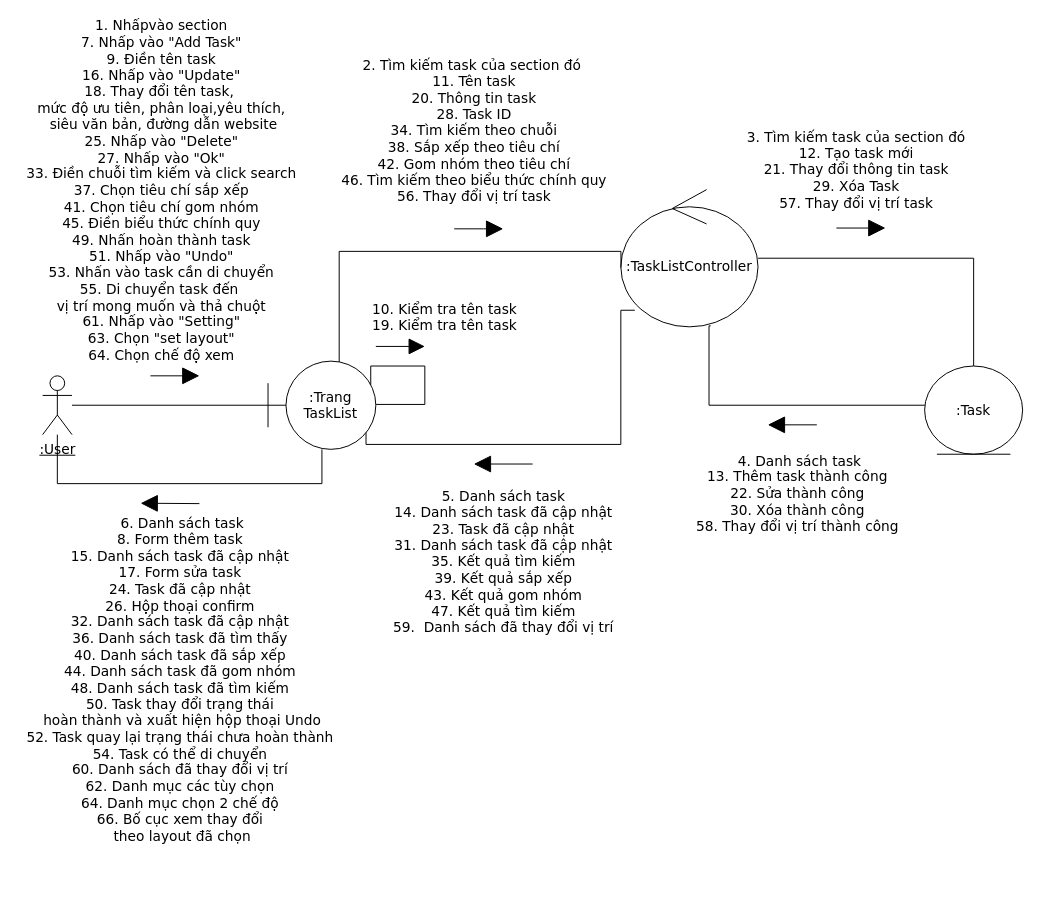
Merevoli-DatLuu/To-Do-App keeps this draw.io diagram as ToDoApp-Doc/Document/Diagram/Collaboration Diagram/ManagementTask/ManagementTask Collaboration Diagram.drawio. Above is the earlier version. Source tidied: cells renumbered, new cells numbered last; positions are measured from the earlier drawing's top-left corner, leaving out a move shared by most shapes. Both pictures are drawn from the tidied source at 98%, with x=0, y=0 at pixel (42, 189).
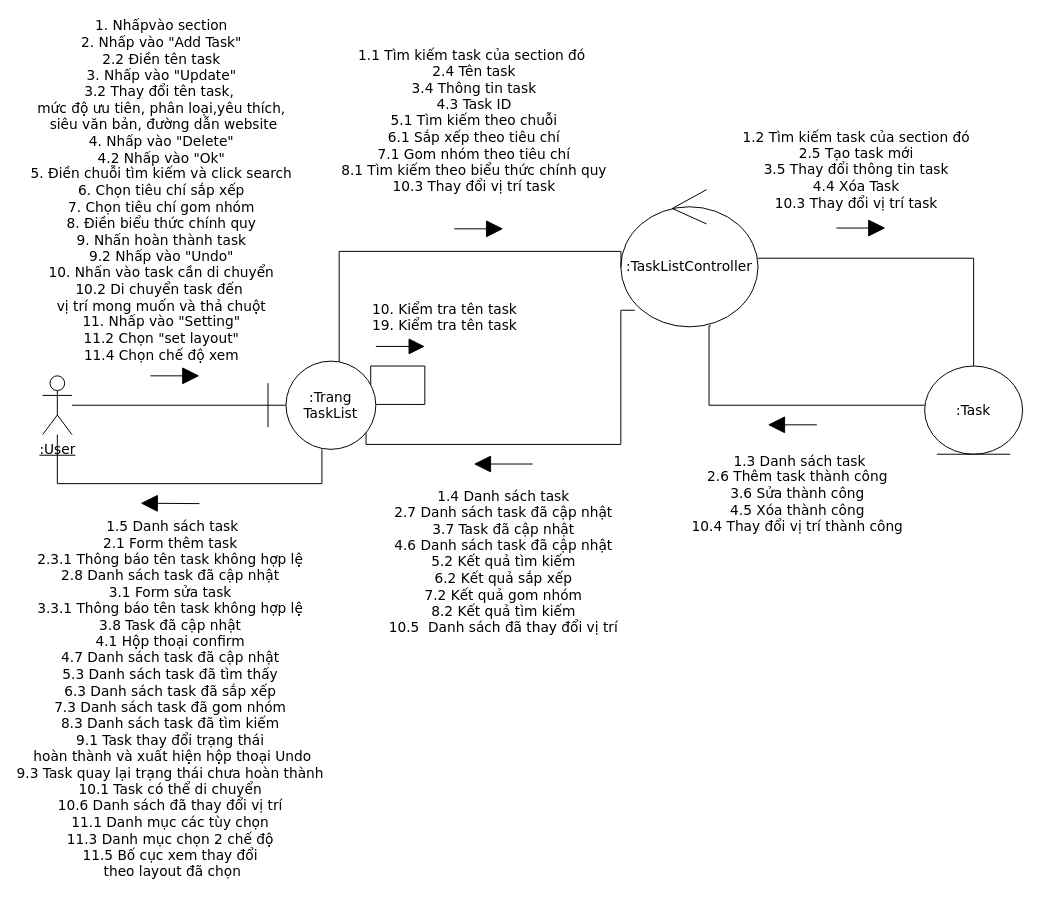
The same diagram, later.

Commit message (it also covers changes not shown here):
[Document, Modified] : Management Collaboration Diagram

The change refers to these unchanged cells:
```xml
<mxCell id="12" style="endArrow=block;html=1;fontSize=14;endFill=1;endSize=15;fontFamily=Verdana;" parent="1" edge="1">
  <mxGeometry relative="1" as="geometry">
    <mxPoint x="110" y="190" as="sourcePoint" />
    <mxPoint x="160" y="190" as="targetPoint" />
  </mxGeometry>
</mxCell>
<mxCell id="18" style="endArrow=block;html=1;fontSize=14;endFill=1;endSize=15;fontFamily=Verdana;" parent="1" edge="1">
  <mxGeometry relative="1" as="geometry">
    <mxPoint x="160" y="320.4" as="sourcePoint" />
    <mxPoint x="100" y="320" as="targetPoint" />
  </mxGeometry>
</mxCell>
```

Diff of the diagram source:
```diff
@@
-    <mxCell id="13" value="&lt;font style=&quot;font-size: 14px&quot;&gt;&lt;font style=&quot;font-size: 14px&quot;&gt;&lt;font style=&quot;font-size: 14px&quot;&gt;&lt;span style=&quot;font-size: 14px&quot;&gt;1. Nhấpvào&amp;nbsp;section&lt;br style=&quot;font-size: 14px&quot;&gt;&lt;/span&gt;&lt;span style=&quot;font-size: 14px&quot;&gt;7. Nhấp vào &quot;Add Task&quot;&lt;br style=&quot;font-size: 14px&quot;&gt;&lt;/span&gt;&lt;span style=&quot;font-size: 14px&quot;&gt;9. Điền tên task&lt;br style=&quot;font-size: 14px&quot;&gt;16. Nhấp vào &quot;Update&quot;&lt;br style=&quot;font-size: 14px&quot;&gt;&lt;/span&gt;&lt;font style=&quot;font-size: 14px&quot;&gt;&lt;span style=&quot;font-size: 14px&quot;&gt;18. Thay đổi tên task,&amp;nbsp;&lt;/span&gt;&lt;br style=&quot;font-size: 14px&quot;&gt;&lt;span style=&quot;font-size: 14px&quot;&gt;mức độ ưu tiên, phân loại&lt;/span&gt;&lt;span style=&quot;font-size: 14px&quot;&gt;,yêu thích,&lt;br style=&quot;font-size: 14px&quot;&gt;&amp;nbsp;siêu văn bản,&amp;nbsp;&lt;/span&gt;&lt;span style=&quot;font-size: 14px&quot;&gt;đường dẫn website&lt;br style=&quot;font-size: 14px&quot;&gt;&lt;/span&gt;&lt;/font&gt;&lt;span style=&quot;font-size: 14px&quot;&gt;25. Nhấp vào &quot;Delete&quot;&lt;br style=&quot;font-size: 14px&quot;&gt;27. Nhấp vào &quot;Ok&quot;&lt;br style=&quot;font-size: 14px&quot;&gt;&lt;/span&gt;&lt;font style=&quot;font-size: 14px&quot;&gt;&lt;span style=&quot;font-size: 14px&quot;&gt;33. Điền chuỗi tìm kiếm&amp;nbsp;&lt;/span&gt;&lt;span style=&quot;font-size: 14px&quot;&gt;và click search&lt;br style=&quot;font-size: 14px&quot;&gt;&lt;/span&gt;&lt;/font&gt;&lt;span style=&quot;font-size: 14px&quot;&gt;37. Chọn tiêu chí sắp xếp&lt;/span&gt;&lt;br style=&quot;font-size: 14px&quot;&gt;&lt;span style=&quot;font-size: 14px&quot;&gt;41. Chọn tiêu chí gom nhóm&lt;/span&gt;&lt;br style=&quot;font-size: 14px&quot;&gt;&lt;span style=&quot;font-size: 14px&quot;&gt;45. Điền biểu thức chính quy&lt;br style=&quot;font-size: 14px&quot;&gt;&lt;/span&gt;&lt;span style=&quot;font-size: 14px&quot;&gt;49. Nhấn hoàn thành task&lt;br style=&quot;font-size: 14px&quot;&gt;&lt;/span&gt;&lt;/font&gt;&lt;span style=&quot;font-size: 14px&quot;&gt;51. Nhấp vào &quot;Undo&quot;&lt;br style=&quot;font-size: 14px&quot;&gt;&lt;/span&gt;&lt;span style=&quot;font-size: 14px&quot;&gt;53. Nhấn vào task cần di chuyển&lt;br style=&quot;font-size: 14px&quot;&gt;&lt;/span&gt;&lt;span style=&quot;font-size: 14px&quot;&gt;55. Di chuyển task đến&amp;nbsp;&lt;/span&gt;&lt;br style=&quot;font-size: 14px&quot;&gt;&lt;span style=&quot;font-size: 14px&quot;&gt;vị trí mong muốn và thả chuột&lt;br style=&quot;font-size: 14px&quot;&gt;&lt;/span&gt;&lt;/font&gt;&lt;span style=&quot;font-size: 14px&quot;&gt;61. Nhấp vào &quot;Setting&quot;&lt;br style=&quot;font-size: 14px&quot;&gt;&lt;/span&gt;&lt;span style=&quot;font-size: 14px&quot;&gt;63. Chọn &quot;set layout&quot;&lt;br style=&quot;font-size: 14px&quot;&gt;&lt;/span&gt;&lt;span style=&quot;font-size: 14px&quot;&gt;64. Chọn chế độ xem&lt;/span&gt;&lt;/font&gt;&lt;span style=&quot;font-size: 14px&quot;&gt;&lt;br style=&quot;font-size: 14px&quot;&gt;&lt;/span&gt;" style="edgeLabel;html=1;align=center;verticalAlign=middle;fontSize=14;fontFamily=Verdana;" parent="12" vertex="1">
+    <mxCell id="13" value="&lt;font style=&quot;font-size: 14px&quot;&gt;&lt;font style=&quot;font-size: 14px&quot;&gt;&lt;font style=&quot;font-size: 14px&quot;&gt;&lt;span style=&quot;font-size: 14px&quot;&gt;1. Nhấpvào&amp;nbsp;section&lt;br style=&quot;font-size: 14px&quot;&gt;&lt;/span&gt;&lt;span style=&quot;font-size: 14px&quot;&gt;2. Nhấp vào &quot;Add Task&quot;&lt;br style=&quot;font-size: 14px&quot;&gt;&lt;/span&gt;&lt;span style=&quot;font-size: 14px&quot;&gt;2.2 Điền tên task&lt;br style=&quot;font-size: 14px&quot;&gt;3. Nhấp vào &quot;Update&quot;&lt;br style=&quot;font-size: 14px&quot;&gt;&lt;/span&gt;&lt;font style=&quot;font-size: 14px&quot;&gt;&lt;span style=&quot;font-size: 14px&quot;&gt;3.2 Thay đổi tên task,&amp;nbsp;&lt;/span&gt;&lt;br style=&quot;font-size: 14px&quot;&gt;&lt;span style=&quot;font-size: 14px&quot;&gt;mức độ ưu tiên, phân loại&lt;/span&gt;&lt;span style=&quot;font-size: 14px&quot;&gt;,yêu thích,&lt;br style=&quot;font-size: 14px&quot;&gt;&amp;nbsp;siêu văn bản,&amp;nbsp;&lt;/span&gt;&lt;span style=&quot;font-size: 14px&quot;&gt;đường dẫn website&lt;br style=&quot;font-size: 14px&quot;&gt;&lt;/span&gt;&lt;/font&gt;&lt;span style=&quot;font-size: 14px&quot;&gt;4. Nhấp vào &quot;Delete&quot;&lt;br style=&quot;font-size: 14px&quot;&gt;4.2 Nhấp vào &quot;Ok&quot;&lt;br style=&quot;font-size: 14px&quot;&gt;&lt;/span&gt;&lt;font style=&quot;font-size: 14px&quot;&gt;&lt;span style=&quot;font-size: 14px&quot;&gt;5. Điền chuỗi tìm kiếm&amp;nbsp;&lt;/span&gt;&lt;span style=&quot;font-size: 14px&quot;&gt;và click search&lt;br style=&quot;font-size: 14px&quot;&gt;&lt;/span&gt;&lt;/font&gt;&lt;span style=&quot;font-size: 14px&quot;&gt;6. Chọn tiêu chí sắp xếp&lt;/span&gt;&lt;br style=&quot;font-size: 14px&quot;&gt;&lt;span style=&quot;font-size: 14px&quot;&gt;7. Chọn tiêu chí gom nhóm&lt;/span&gt;&lt;br style=&quot;font-size: 14px&quot;&gt;&lt;span style=&quot;font-size: 14px&quot;&gt;8. Điền biểu thức chính quy&lt;br style=&quot;font-size: 14px&quot;&gt;&lt;/span&gt;&lt;span style=&quot;font-size: 14px&quot;&gt;9. Nhấn hoàn thành task&lt;br style=&quot;font-size: 14px&quot;&gt;&lt;/span&gt;&lt;/font&gt;&lt;span style=&quot;font-size: 14px&quot;&gt;9.2 Nhấp vào &quot;Undo&quot;&lt;br style=&quot;font-size: 14px&quot;&gt;&lt;/span&gt;&lt;span style=&quot;font-size: 14px&quot;&gt;10. Nhấn vào task cần di chuyển&lt;br style=&quot;font-size: 14px&quot;&gt;&lt;/span&gt;&lt;span style=&quot;font-size: 14px&quot;&gt;10.2 Di chuyển task đến&amp;nbsp;&lt;/span&gt;&lt;br style=&quot;font-size: 14px&quot;&gt;&lt;span style=&quot;font-size: 14px&quot;&gt;vị trí mong muốn và thả chuột&lt;br style=&quot;font-size: 14px&quot;&gt;&lt;/span&gt;&lt;/font&gt;&lt;span style=&quot;font-size: 14px&quot;&gt;11. Nhấp vào &quot;Setting&quot;&lt;br style=&quot;font-size: 14px&quot;&gt;&lt;/span&gt;&lt;span style=&quot;font-size: 14px&quot;&gt;11.2 Chọn &quot;set layout&quot;&lt;br style=&quot;font-size: 14px&quot;&gt;&lt;/span&gt;&lt;span style=&quot;font-size: 14px&quot;&gt;11.4 Chọn chế độ xem&lt;/span&gt;&lt;/font&gt;&lt;span style=&quot;font-size: 14px&quot;&gt;&lt;br style=&quot;font-size: 14px&quot;&gt;&lt;/span&gt;" style="edgeLabel;html=1;align=center;verticalAlign=middle;fontSize=14;fontFamily=Verdana;" parent="12" vertex="1">
       <mxGeometry x="-0.42" y="-1" relative="1" as="geometry">
         <mxPoint x="-5" y="-191" as="offset" />
       </mxGeometry>
     </mxCell>
-    <mxCell id="14" value="&lt;font style=&quot;font-size: 14px&quot;&gt;&lt;span style=&quot;font-size: 14px&quot;&gt;3. Tìm kiếm task của&amp;nbsp;&lt;/span&gt;&lt;span style=&quot;font-size: 14px&quot;&gt;section đó&lt;br style=&quot;font-size: 14px&quot;&gt;12. Tạo task mới&lt;br style=&quot;font-size: 14px&quot;&gt;21. Thay đổi thông tin task&lt;br style=&quot;font-size: 14px&quot;&gt;29. Xóa Task&lt;br style=&quot;font-size: 14px&quot;&gt;&lt;/span&gt;&lt;span style=&quot;font-size: 14px&quot;&gt;57. Thay đổi vị trí task&lt;/span&gt;&lt;/font&gt;&lt;span style=&quot;font-size: 14px&quot;&gt;&lt;br style=&quot;font-size: 14px&quot;&gt;&lt;/span&gt;" style="endArrow=block;html=1;fontSize=14;endFill=1;endSize=15;fontFamily=Verdana;" parent="1" edge="1">
+    <mxCell id="14" value="&lt;font style=&quot;font-size: 14px&quot;&gt;&lt;span style=&quot;font-size: 14px&quot;&gt;1.2 Tìm kiếm task của&amp;nbsp;&lt;/span&gt;&lt;span style=&quot;font-size: 14px&quot;&gt;section đó&lt;br style=&quot;font-size: 14px&quot;&gt;2.5 Tạo task mới&lt;br style=&quot;font-size: 14px&quot;&gt;3.5 Thay đổi thông tin task&lt;br style=&quot;font-size: 14px&quot;&gt;4.4 Xóa Task&lt;br style=&quot;font-size: 14px&quot;&gt;&lt;/span&gt;&lt;span style=&quot;font-size: 14px&quot;&gt;10.3 Thay đổi vị trí task&lt;/span&gt;&lt;/font&gt;&lt;span style=&quot;font-size: 14px&quot;&gt;&lt;br style=&quot;font-size: 14px&quot;&gt;&lt;/span&gt;" style="endArrow=block;html=1;fontSize=14;endFill=1;endSize=15;fontFamily=Verdana;" parent="1" edge="1">
       <mxGeometry x="-0.2" y="59" relative="1" as="geometry">
         <mxPoint x="810" y="39.2" as="sourcePoint" />
         <mxPoint x="860" y="39.2" as="targetPoint" />
       </mxGeometry>
     </mxCell>
-    <mxCell id="15" value="&lt;div style=&quot;font-size: 14px&quot;&gt;&lt;span style=&quot;font-size: 14px&quot;&gt;&lt;font style=&quot;font-size: 14px&quot;&gt;2. Tìm kiếm task của&amp;nbsp;&lt;/font&gt;&lt;/span&gt;&lt;span style=&quot;font-size: 14px&quot;&gt;section đó&amp;nbsp;&lt;/span&gt;&lt;/div&gt;&lt;span style=&quot;font-size: 14px&quot;&gt;&lt;div style=&quot;font-size: 14px&quot;&gt;&lt;font style=&quot;font-size: 14px&quot;&gt;11. Tên task&lt;/font&gt;&lt;/div&gt;&lt;div style=&quot;font-size: 14px&quot;&gt;&lt;font style=&quot;font-size: 14px&quot;&gt;20. Thông tin task&lt;/font&gt;&lt;/div&gt;&lt;div style=&quot;font-size: 14px&quot;&gt;&lt;font style=&quot;font-size: 14px&quot;&gt;28. Task ID&lt;/font&gt;&lt;/div&gt;&lt;div style=&quot;font-size: 14px&quot;&gt;&lt;font style=&quot;font-size: 14px&quot;&gt;&lt;span style=&quot;font-size: 14px&quot;&gt;&lt;font style=&quot;font-size: 14px&quot;&gt;34. Tìm kiếm theo chuỗi&lt;/font&gt;&lt;/span&gt;&lt;br style=&quot;font-size: 14px&quot;&gt;&lt;/font&gt;&lt;/div&gt;&lt;div style=&quot;font-size: 14px&quot;&gt;&lt;font style=&quot;font-size: 14px&quot;&gt;&lt;span style=&quot;font-size: 14px&quot;&gt;38. Sắp xếp theo tiêu chí&lt;/span&gt;&lt;br style=&quot;font-size: 14px&quot;&gt;&lt;span style=&quot;font-size: 14px&quot;&gt;42. Gom nhóm theo tiêu chí&lt;/span&gt;&lt;br style=&quot;font-size: 14px&quot;&gt;&lt;span style=&quot;font-size: 14px&quot;&gt;46. Tìm kiếm theo biểu thức chính quy&lt;/span&gt;&lt;span style=&quot;font-size: 14px&quot;&gt;&lt;font style=&quot;font-size: 14px&quot;&gt;&lt;br style=&quot;font-size: 14px&quot;&gt;&lt;/font&gt;&lt;/span&gt;&lt;/font&gt;&lt;/div&gt;&lt;div style=&quot;font-size: 14px&quot;&gt;&lt;span style=&quot;font-size: 14px&quot;&gt;&lt;font style=&quot;font-size: 14px&quot;&gt;56. Thay đổi vị trí task&lt;/font&gt;&lt;/span&gt;&lt;span style=&quot;font-size: 14px&quot;&gt;&lt;br style=&quot;font-size: 14px&quot;&gt;&lt;/span&gt;&lt;/div&gt;&lt;/span&gt;" style="endArrow=block;html=1;fontSize=14;align=center;endFill=1;endSize=15;fontFamily=Verdana;" parent="1" edge="1">
-      <mxGeometry x="-0.2" y="100" relative="1" as="geometry">
+    <mxCell id="15" value="&lt;div style=&quot;font-size: 14px&quot;&gt;&lt;span style=&quot;font-size: 14px&quot;&gt;&lt;font style=&quot;font-size: 14px&quot;&gt;1.1 Tìm kiếm task của&amp;nbsp;&lt;/font&gt;&lt;/span&gt;&lt;span style=&quot;font-size: 14px&quot;&gt;section đó&amp;nbsp;&lt;/span&gt;&lt;/div&gt;&lt;span style=&quot;font-size: 14px&quot;&gt;&lt;div style=&quot;font-size: 14px&quot;&gt;&lt;font style=&quot;font-size: 14px&quot;&gt;2.4 Tên task&lt;/font&gt;&lt;/div&gt;&lt;div style=&quot;font-size: 14px&quot;&gt;&lt;font style=&quot;font-size: 14px&quot;&gt;3.4 Thông tin task&lt;/font&gt;&lt;/div&gt;&lt;div style=&quot;font-size: 14px&quot;&gt;&lt;font style=&quot;font-size: 14px&quot;&gt;4.3 Task ID&lt;/font&gt;&lt;/div&gt;&lt;div style=&quot;font-size: 14px&quot;&gt;&lt;font style=&quot;font-size: 14px&quot;&gt;&lt;span style=&quot;font-size: 14px&quot;&gt;&lt;font style=&quot;font-size: 14px&quot;&gt;5.1 Tìm kiếm theo chuỗi&lt;/font&gt;&lt;/span&gt;&lt;br style=&quot;font-size: 14px&quot;&gt;&lt;/font&gt;&lt;/div&gt;&lt;div style=&quot;font-size: 14px&quot;&gt;&lt;font style=&quot;font-size: 14px&quot;&gt;&lt;span style=&quot;font-size: 14px&quot;&gt;6.1 Sắp xếp theo tiêu chí&lt;/span&gt;&lt;br style=&quot;font-size: 14px&quot;&gt;&lt;span style=&quot;font-size: 14px&quot;&gt;7.1 Gom nhóm theo tiêu chí&lt;/span&gt;&lt;br style=&quot;font-size: 14px&quot;&gt;&lt;span style=&quot;font-size: 14px&quot;&gt;8.1 Tìm kiếm theo biểu thức chính quy&lt;/span&gt;&lt;/font&gt;&lt;/div&gt;&lt;div style=&quot;font-size: 14px&quot;&gt;10.3 Thay đổi vị trí task&lt;/div&gt;&lt;/span&gt;" style="endArrow=block;html=1;fontSize=14;align=center;endFill=1;endSize=15;fontFamily=Verdana;" parent="1" edge="1">
+      <mxGeometry x="-0.2" y="110" relative="1" as="geometry">
         <mxPoint x="420" y="40" as="sourcePoint" />
         <mxPoint x="470" y="40" as="targetPoint" />
         <Array as="points">
           <mxPoint x="460" y="40" />
         </Array>
       </mxGeometry>
     </mxCell>
-    <mxCell id="16" value="&lt;span style=&quot;font-size: 14px&quot;&gt;&amp;nbsp;4. Danh sách task&lt;br style=&quot;font-size: 14px&quot;&gt;&lt;/span&gt;&lt;span style=&quot;font-size: 14px&quot;&gt;13. Thêm task thành công&lt;br&gt;&lt;/span&gt;&lt;span style=&quot;font-size: 14px&quot;&gt;22. Sửa thành công&lt;br&gt;30. Xóa thành công&lt;br&gt;58. Thay đổi vị trí thành công&lt;br style=&quot;font-size: 14px&quot;&gt;&lt;/span&gt;" style="endArrow=block;html=1;fontSize=14;endFill=1;endSize=15;fontFamily=Verdana;" parent="1" edge="1">
+    <mxCell id="16" value="&lt;span style=&quot;font-size: 14px&quot;&gt;&amp;nbsp;1.3 Danh sách task&lt;br style=&quot;font-size: 14px&quot;&gt;&lt;/span&gt;&lt;span style=&quot;font-size: 14px&quot;&gt;2.6 Thêm task thành công&lt;br&gt;&lt;/span&gt;&lt;span style=&quot;font-size: 14px&quot;&gt;3.6 Sửa thành công&lt;br&gt;4.5 Xóa thành công&lt;br&gt;10.4 Thay đổi vị trí thành công&lt;br style=&quot;font-size: 14px&quot;&gt;&lt;/span&gt;" style="endArrow=block;html=1;fontSize=14;endFill=1;endSize=15;fontFamily=Verdana;" parent="1" edge="1">
       <mxGeometry x="-0.2" y="70" relative="1" as="geometry">
         <mxPoint x="790" y="240" as="sourcePoint" />
         <mxPoint x="740" y="240" as="targetPoint" />
       </mxGeometry>
     </mxCell>
-    <mxCell id="17" value="&lt;font style=&quot;font-size: 14px&quot;&gt;&lt;span style=&quot;font-size: 14px&quot;&gt;&lt;font style=&quot;font-size: 14px&quot;&gt;5. Danh sách task&lt;br&gt;14. Danh sách task đã cập nhật&lt;br style=&quot;font-size: 14px&quot;&gt;&lt;/font&gt;&lt;/span&gt;&lt;span style=&quot;font-size: 14px&quot;&gt;23. Task đã cập nhật&lt;br&gt;31. Danh sách task đã cập nhật&lt;br&gt;35. Kết quả tìm kiếm&lt;br style=&quot;font-size: 14px&quot;&gt;&lt;/span&gt;&lt;/font&gt;&lt;span style=&quot;font-size: 14px&quot;&gt;39. Kết quả sắp xếp&lt;/span&gt;&lt;br style=&quot;font-size: 14px&quot;&gt;&lt;span style=&quot;font-size: 14px&quot;&gt;43. Kết quả gom nhóm&lt;/span&gt;&lt;br style=&quot;font-size: 14px&quot;&gt;&lt;span style=&quot;font-size: 14px&quot;&gt;47. Kết quả tìm kiếm&lt;br&gt;&lt;/span&gt;&lt;span style=&quot;font-size: 14px&quot;&gt;&lt;font style=&quot;font-size: 14px&quot;&gt;59.&amp;nbsp;&lt;/font&gt;&lt;/span&gt;&amp;nbsp;Danh sách đã thay đổi vị trí&lt;span style=&quot;font-size: 14px&quot;&gt;&lt;font style=&quot;font-size: 14px&quot;&gt;&lt;br style=&quot;font-size: 14px&quot;&gt;&lt;/font&gt;&lt;/span&gt;" style="endArrow=block;html=1;fontSize=14;endFill=1;jumpSize=7;sourcePerimeterSpacing=2;endSize=15;fontFamily=Verdana;" parent="1" edge="1">
+    <mxCell id="17" value="&lt;font style=&quot;font-size: 14px&quot;&gt;&lt;span style=&quot;font-size: 14px&quot;&gt;&lt;font style=&quot;font-size: 14px&quot;&gt;1.4 Danh sách task&lt;br&gt;2.7 Danh sách task đã cập nhật&lt;br style=&quot;font-size: 14px&quot;&gt;&lt;/font&gt;&lt;/span&gt;&lt;span style=&quot;font-size: 14px&quot;&gt;3.7 Task đã cập nhật&lt;br&gt;4.6 Danh sách task đã cập nhật&lt;br&gt;5.2 Kết quả tìm kiếm&lt;br style=&quot;font-size: 14px&quot;&gt;&lt;/span&gt;&lt;/font&gt;&lt;span style=&quot;font-size: 14px&quot;&gt;6.2 Kết quả sắp xếp&lt;/span&gt;&lt;br style=&quot;font-size: 14px&quot;&gt;&lt;span style=&quot;font-size: 14px&quot;&gt;7.2 Kết quả gom nhóm&lt;/span&gt;&lt;br style=&quot;font-size: 14px&quot;&gt;&lt;span style=&quot;font-size: 14px&quot;&gt;8.2 Kết quả tìm kiếm&lt;br&gt;&lt;/span&gt;&lt;span style=&quot;font-size: 14px&quot;&gt;&lt;font style=&quot;font-size: 14px&quot;&gt;10.5&amp;nbsp;&lt;/font&gt;&lt;/span&gt;&amp;nbsp;Danh sách đã thay đổi vị trí&lt;span style=&quot;font-size: 14px&quot;&gt;&lt;font style=&quot;font-size: 14px&quot;&gt;&lt;br style=&quot;font-size: 14px&quot;&gt;&lt;/font&gt;&lt;/span&gt;" style="endArrow=block;html=1;fontSize=14;endFill=1;jumpSize=7;sourcePerimeterSpacing=2;endSize=15;fontFamily=Verdana;" parent="1" edge="1">
       <mxGeometry y="100" relative="1" as="geometry">
         <mxPoint x="500" y="280" as="sourcePoint" />
         <mxPoint x="440" y="280" as="targetPoint" />
       </mxGeometry>
     </mxCell>
@@
-    <mxCell id="19" value="&lt;font style=&quot;font-size: 14px&quot;&gt;&lt;font style=&quot;font-size: 14px&quot;&gt;&lt;font style=&quot;font-size: 14px&quot;&gt;&lt;span style=&quot;font-size: 14px&quot;&gt;&amp;nbsp;6. Danh sách task&lt;br style=&quot;font-size: 14px&quot;&gt;8. Form thêm task&lt;br style=&quot;font-size: 14px&quot;&gt;15. Danh sách task đã cập nhật&lt;br style=&quot;font-size: 14px&quot;&gt;17. Form sửa task&lt;br style=&quot;font-size: 14px&quot;&gt;24. Task đã cập nhật&lt;br style=&quot;font-size: 14px&quot;&gt;26. Hộp thoại confirm&lt;br style=&quot;font-size: 14px&quot;&gt;32. Danh sách task đã cập nhật&lt;br style=&quot;font-size: 14px&quot;&gt;36.&amp;nbsp;&lt;/span&gt;&lt;span style=&quot;font-size: 14px&quot;&gt;&lt;font style=&quot;font-size: 14px&quot;&gt;Danh sách task đã tìm thấy&lt;br style=&quot;font-size: 14px&quot;&gt;&lt;/font&gt;&lt;/span&gt;&lt;span style=&quot;font-size: 14px&quot;&gt;40. Danh sách task đã sắp xếp&lt;/span&gt;&lt;br style=&quot;font-size: 14px&quot;&gt;&lt;span style=&quot;font-size: 14px&quot;&gt;44. Danh sách task&amp;nbsp;&lt;/span&gt;&lt;span style=&quot;font-size: 14px&quot;&gt;đã gom nhóm&lt;/span&gt;&lt;br style=&quot;font-size: 14px&quot;&gt;&lt;span style=&quot;font-size: 14px&quot;&gt;48. Danh sách task&amp;nbsp;&lt;/span&gt;&lt;span style=&quot;font-size: 14px&quot;&gt;đã tìm kiếm&lt;br style=&quot;font-size: 14px&quot;&gt;&lt;/span&gt;&lt;span style=&quot;font-size: 14px&quot;&gt;50. Task thay đổi trạng thái&lt;/span&gt;&lt;br style=&quot;font-size: 14px&quot;&gt;&lt;span style=&quot;font-size: 14px&quot;&gt;&amp;nbsp;hoàn thành và x&lt;/span&gt;&lt;span style=&quot;font-size: 14px&quot;&gt;uất hiện hộp thoại Undo&lt;br style=&quot;font-size: 14px&quot;&gt;&lt;/span&gt;&lt;/font&gt;&lt;span style=&quot;font-size: 14px&quot;&gt;52. Task quay lại trạng thái&amp;nbsp;&lt;/span&gt;&lt;span style=&quot;font-size: 14px&quot;&gt;chưa hoàn thành&lt;br style=&quot;font-size: 14px&quot;&gt;&lt;/span&gt;&lt;span style=&quot;font-size: 14px&quot;&gt;54. Task có thể di chuyển&lt;br style=&quot;font-size: 14px&quot;&gt;&lt;/span&gt;&lt;/font&gt;&lt;span style=&quot;font-size: 14px&quot;&gt;60. Danh sách đã thay đổi vị trí&lt;br style=&quot;font-size: 14px&quot;&gt;&lt;/span&gt;&lt;span style=&quot;font-size: 14px&quot;&gt;62. Danh mục các tùy chọn&lt;br style=&quot;font-size: 14px&quot;&gt;&lt;/span&gt;&lt;span style=&quot;font-size: 14px&quot;&gt;64. Danh mục chọn 2 chế độ&lt;br style=&quot;font-size: 14px&quot;&gt;&lt;/span&gt;&lt;span style=&quot;font-size: 14px&quot;&gt;66. Bố cục xem thay đổi&lt;/span&gt;&lt;br style=&quot;font-size: 14px&quot;&gt;&lt;span style=&quot;font-size: 14px&quot;&gt;&amp;nbsp;theo layout đã chọn&lt;/span&gt;&lt;/font&gt;&lt;span style=&quot;font-size: 14px&quot;&gt;&lt;br style=&quot;font-size: 14px&quot;&gt;&lt;/span&gt;" style="edgeLabel;html=1;align=center;verticalAlign=middle;fontSize=14;fontFamily=Verdana;" parent="18" vertex="1">
+    <mxCell id="19" value="&lt;font style=&quot;font-size: 14px&quot;&gt;&lt;font style=&quot;font-size: 14px&quot;&gt;&lt;font style=&quot;font-size: 14px&quot;&gt;&lt;span style=&quot;font-size: 14px&quot;&gt;&amp;nbsp;1.5 Danh sách task&lt;br style=&quot;font-size: 14px&quot;&gt;2.1 Form thêm task&lt;br&gt;2.3.1 Thông báo tên task không hợp lệ&lt;br style=&quot;font-size: 14px&quot;&gt;2.8 Danh sách task đã cập nhật&lt;br style=&quot;font-size: 14px&quot;&gt;3.1 Form sửa task&lt;br&gt;3.3.1 T&lt;/span&gt;hông báo tên task không hợp lệ&lt;span style=&quot;font-size: 14px&quot;&gt;&lt;br style=&quot;font-size: 14px&quot;&gt;3.8 Task đã cập nhật&lt;br style=&quot;font-size: 14px&quot;&gt;4.1 Hộp thoại confirm&lt;br style=&quot;font-size: 14px&quot;&gt;4.7 Danh sách task đã cập nhật&lt;br style=&quot;font-size: 14px&quot;&gt;5.3&amp;nbsp;&lt;/span&gt;&lt;span style=&quot;font-size: 14px&quot;&gt;&lt;font style=&quot;font-size: 14px&quot;&gt;Danh sách task đã tìm thấy&lt;br style=&quot;font-size: 14px&quot;&gt;&lt;/font&gt;&lt;/span&gt;&lt;span style=&quot;font-size: 14px&quot;&gt;6.3 Danh sách task đã sắp xếp&lt;/span&gt;&lt;br style=&quot;font-size: 14px&quot;&gt;&lt;span style=&quot;font-size: 14px&quot;&gt;7.3 Danh sách task&amp;nbsp;&lt;/span&gt;&lt;span style=&quot;font-size: 14px&quot;&gt;đã gom nhóm&lt;/span&gt;&lt;br style=&quot;font-size: 14px&quot;&gt;&lt;span style=&quot;font-size: 14px&quot;&gt;8.3 Danh sách task&amp;nbsp;&lt;/span&gt;&lt;span style=&quot;font-size: 14px&quot;&gt;đã tìm kiếm&lt;br style=&quot;font-size: 14px&quot;&gt;&lt;/span&gt;&lt;span style=&quot;font-size: 14px&quot;&gt;9.1 Task thay đổi trạng thái&lt;/span&gt;&lt;br style=&quot;font-size: 14px&quot;&gt;&lt;span style=&quot;font-size: 14px&quot;&gt;&amp;nbsp;hoàn thành và x&lt;/span&gt;&lt;span style=&quot;font-size: 14px&quot;&gt;uất hiện hộp thoại Undo&lt;br style=&quot;font-size: 14px&quot;&gt;&lt;/span&gt;&lt;/font&gt;&lt;span style=&quot;font-size: 14px&quot;&gt;9.3 Task quay lại trạng thái&amp;nbsp;&lt;/span&gt;&lt;span style=&quot;font-size: 14px&quot;&gt;chưa hoàn thành&lt;br style=&quot;font-size: 14px&quot;&gt;&lt;/span&gt;&lt;span style=&quot;font-size: 14px&quot;&gt;10.1 Task có thể di chuyển&lt;br style=&quot;font-size: 14px&quot;&gt;&lt;/span&gt;&lt;/font&gt;&lt;span style=&quot;font-size: 14px&quot;&gt;10.6 Danh sách đã thay đổi vị trí&lt;br style=&quot;font-size: 14px&quot;&gt;&lt;/span&gt;&lt;span style=&quot;font-size: 14px&quot;&gt;11.1 Danh mục các tùy chọn&lt;br style=&quot;font-size: 14px&quot;&gt;&lt;/span&gt;&lt;span style=&quot;font-size: 14px&quot;&gt;11.3 Danh mục chọn 2 chế độ&lt;br style=&quot;font-size: 14px&quot;&gt;&lt;/span&gt;&lt;span style=&quot;font-size: 14px&quot;&gt;11.5 Bố cục xem thay đổi&lt;/span&gt;&lt;br style=&quot;font-size: 14px&quot;&gt;&lt;span style=&quot;font-size: 14px&quot;&gt;&amp;nbsp;theo layout đã chọn&lt;/span&gt;&lt;/font&gt;&lt;span style=&quot;font-size: 14px&quot;&gt;&lt;br style=&quot;font-size: 14px&quot;&gt;&lt;/span&gt;" style="edgeLabel;html=1;align=center;verticalAlign=middle;fontSize=14;fontFamily=Verdana;" parent="18" vertex="1">
       <mxGeometry x="-0.41" relative="1" as="geometry">
-        <mxPoint x="-2.5" y="179.7" as="offset" />
+        <mxPoint x="-12.3" y="199.7" as="offset" />
       </mxGeometry>
     </mxCell>
```
